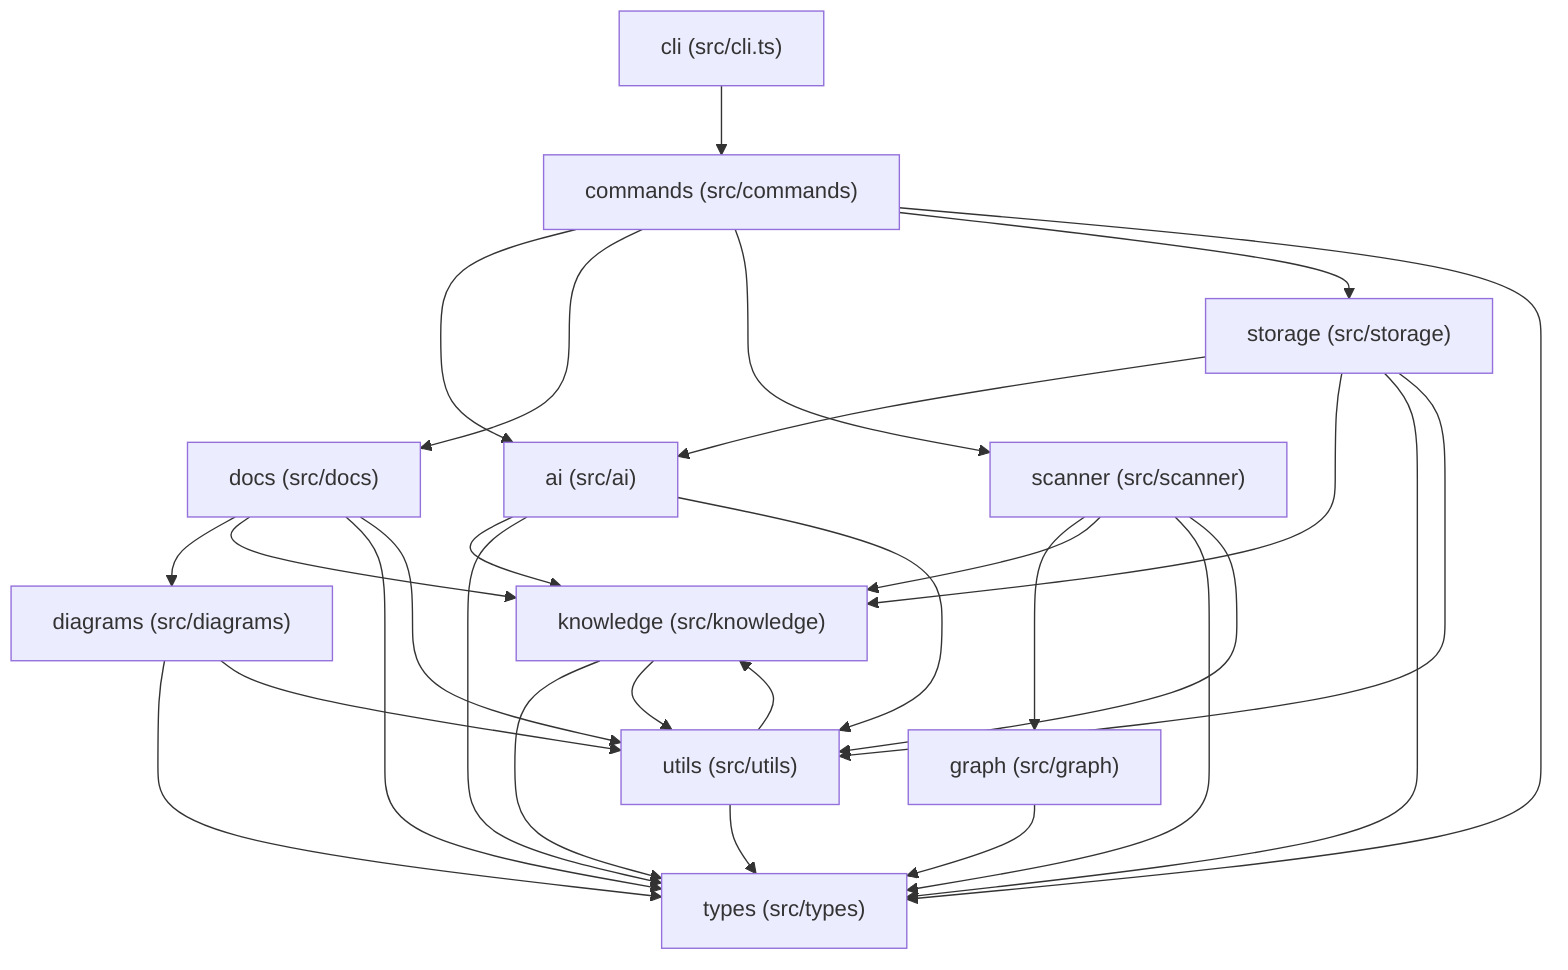
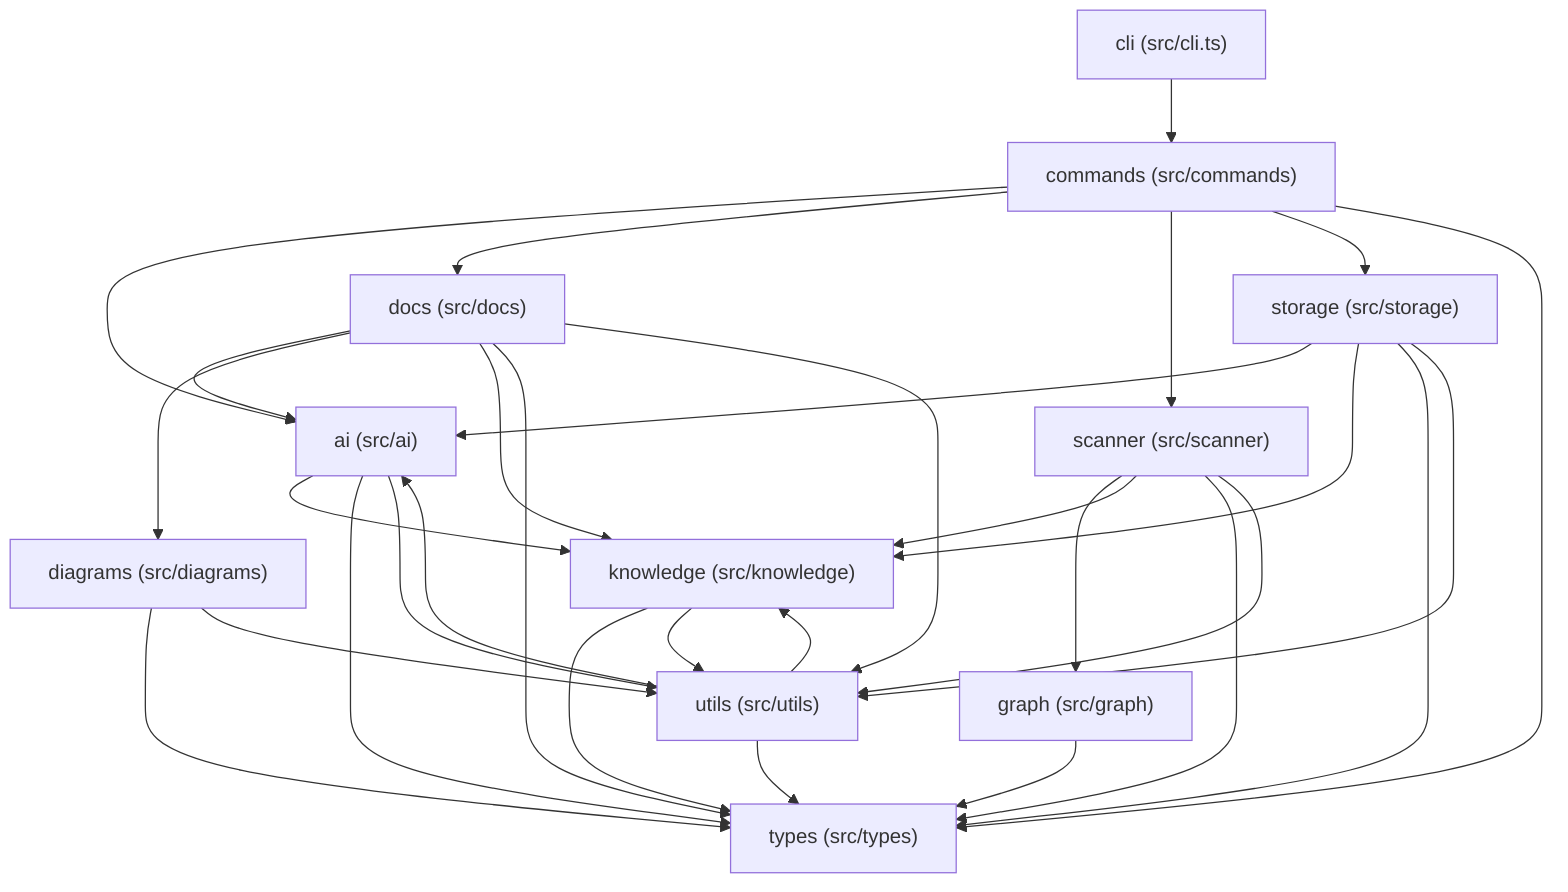
flowchart TD
  src_ai["ai (src/ai)"]
  src_cli["cli (src/cli.ts)"]
  src_commands["commands (src/commands)"]
  src_diagrams["diagrams (src/diagrams)"]
  src_docs["docs (src/docs)"]
  src_graph["graph (src/graph)"]
  src_knowledge["knowledge (src/knowledge)"]
  src_scanner["scanner (src/scanner)"]
  src_storage["storage (src/storage)"]
  src_types["types (src/types)"]
  src_utils["utils (src/utils)"]
  src_ai --> src_knowledge
  src_ai --> src_types
  src_ai --> src_utils
  src_cli --> src_commands
  src_commands --> src_ai
  src_commands --> src_docs
  src_commands --> src_scanner
  src_commands --> src_storage
  src_commands --> src_types
  src_diagrams --> src_types
  src_diagrams --> src_utils
+   src_docs --> src_ai
  src_docs --> src_diagrams
  src_docs --> src_knowledge
  src_docs --> src_types
  src_docs --> src_utils
  src_graph --> src_types
  src_knowledge --> src_types
  src_knowledge --> src_utils
  src_scanner --> src_graph
  src_scanner --> src_knowledge
  src_scanner --> src_types
  src_scanner --> src_utils
  src_storage --> src_ai
  src_storage --> src_knowledge
  src_storage --> src_types
  src_storage --> src_utils
+   src_utils --> src_ai
  src_utils --> src_knowledge
  src_utils --> src_types